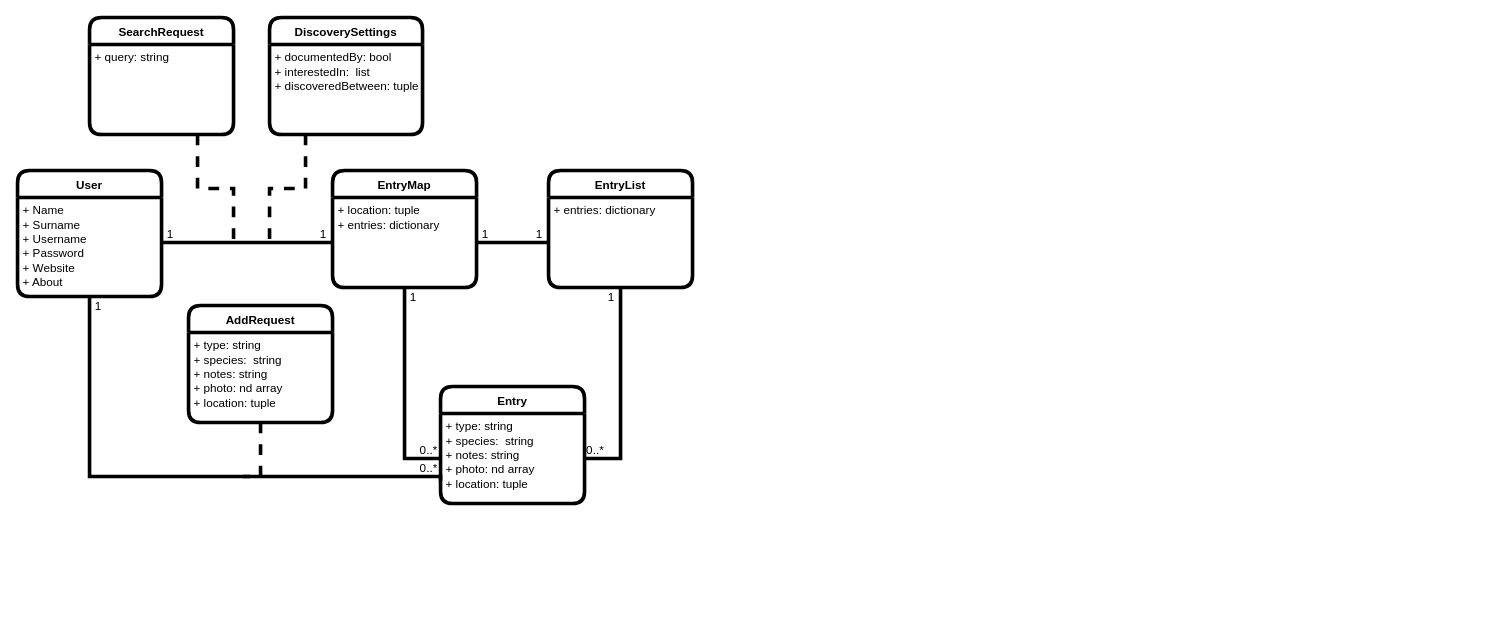
AlyShmahell/IonicBirdWatch keeps this draw.io diagram as page "Data" (18 of 22) of docs/WildWatch.drawio. Above is the earlier version. Source tidied: cells renumbered, new cells numbered last; positions are measured from the earlier drawing's top-left corner, leaving out a move shared by most shapes. Both pictures are drawn from the tidied source at 90%, with x=0, y=0 at pixel (17, 17).
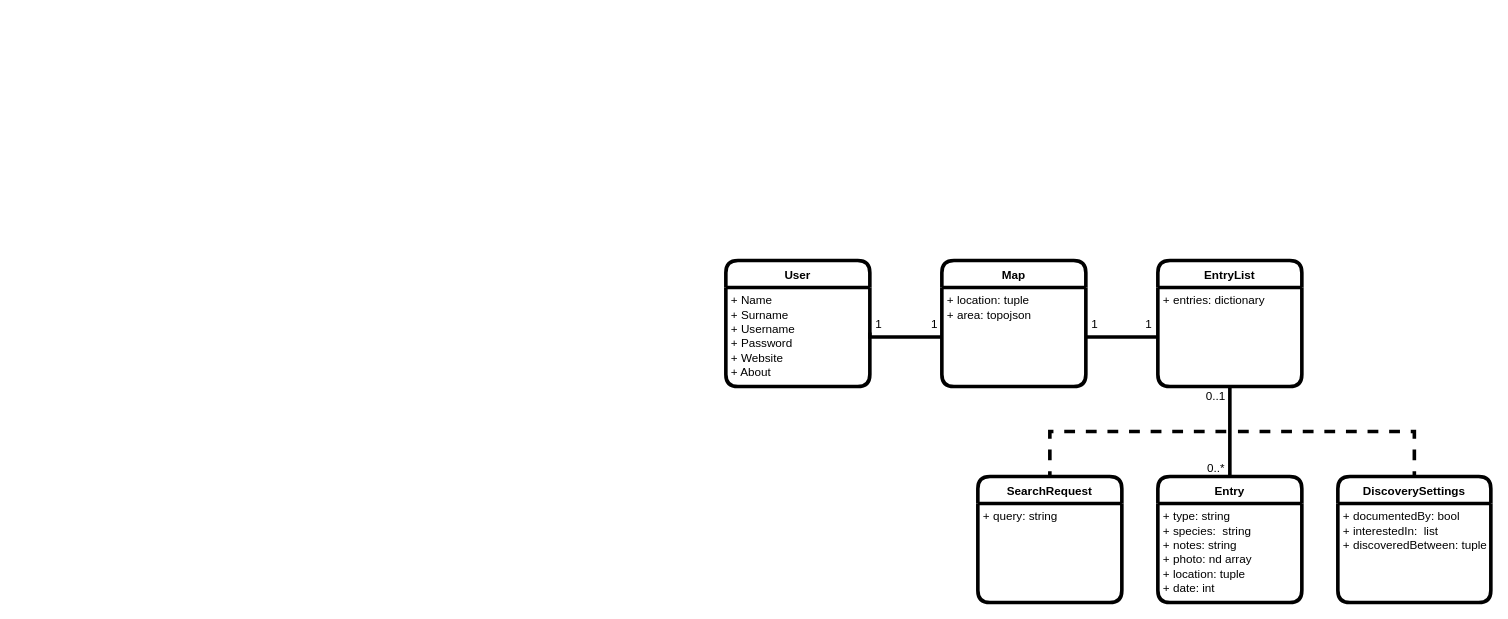
Above is the later version.

Unchanged cells that the change refers to:
```xml
<mxCell id="16" value="+ Name&#10;+ Surname&#10;+ Username&#10;+ Password&#10;+ Website&#10;+ About" style="align=left;strokeColor=none;fillColor=none;spacingLeft=4;fontSize=13;verticalAlign=top;" parent="15" vertex="1">
  <mxGeometry y="30" width="160" height="110" as="geometry" />
</mxCell>
```

Diff of the diagram source:
```diff
@@
-    <mxCell id="2" style="edgeStyle=orthogonalEdgeStyle;rounded=0;jettySize=auto;html=1;entryX=0;entryY=0.5;entryDx=0;entryDy=0;endArrow=none;endFill=0;strokeWidth=4;fontSize=13;" parent="1" edge="1" source="19" target="22">
-      <mxGeometry relative="1" as="geometry" />
-    </mxCell>
-    <mxCell id="3" style="edgeStyle=orthogonalEdgeStyle;rounded=0;jettySize=auto;html=1;entryX=0;entryY=0.5;entryDx=0;entryDy=0;endArrow=none;endFill=0;strokeWidth=4;fontSize=13;" parent="1" edge="1" source="20" target="18">
-      <mxGeometry relative="1" as="geometry" />
-    </mxCell>
     <mxCell id="4" value="1" style="text;html=1;strokeColor=none;fillColor=none;align=center;verticalAlign=middle;whiteSpace=wrap;rounded=0;strokeWidth=4;fontSize=13;" parent="1" vertex="1">
-      <mxGeometry x="510" y="230" width="20" height="20" as="geometry" />
+      <mxGeometry x="1187" y="330" width="20" height="20" as="geometry" />
     </mxCell>
     <mxCell id="5" value="1" style="text;html=1;strokeColor=none;fillColor=none;align=center;verticalAlign=middle;whiteSpace=wrap;rounded=0;strokeWidth=4;fontSize=13;" parent="1" vertex="1">
-      <mxGeometry x="570" y="230" width="20" height="20" as="geometry" />
+      <mxGeometry x="1247" y="330" width="20" height="20" as="geometry" />
     </mxCell>
-    <mxCell id="6" style="edgeStyle=orthogonalEdgeStyle;rounded=0;jettySize=auto;html=1;entryX=1;entryY=0.5;entryDx=0;entryDy=0;endArrow=none;endFill=0;strokeWidth=4;fontSize=13;" parent="1" edge="1" source="18" target="22">
+    <mxCell id="6" style="edgeStyle=orthogonalEdgeStyle;rounded=0;jettySize=auto;html=1;entryX=0.5;entryY=0;entryDx=0;entryDy=0;endArrow=none;endFill=0;strokeWidth=4;fontSize=13;" parent="1" edge="1" source="18" target="21">
       <mxGeometry relative="1" as="geometry" />
     </mxCell>
-    <mxCell id="7" value="1" style="text;html=1;strokeColor=none;fillColor=none;align=center;verticalAlign=middle;whiteSpace=wrap;rounded=0;strokeWidth=4;fontSize=13;" parent="1" vertex="1">
-      <mxGeometry x="430" y="300" width="20" height="20" as="geometry" />
-    </mxCell>
-    <mxCell id="8" value="1" style="text;html=1;strokeColor=none;fillColor=none;align=center;verticalAlign=middle;whiteSpace=wrap;rounded=0;strokeWidth=4;fontSize=13;" parent="1" vertex="1">
-      <mxGeometry x="650" y="300" width="20" height="20" as="geometry" />
+    <mxCell id="8" value="0..1" style="text;html=1;strokeColor=none;fillColor=none;align=center;verticalAlign=middle;whiteSpace=wrap;rounded=0;strokeWidth=4;fontSize=13;" parent="1" vertex="1">
+      <mxGeometry x="1319" y="410" width="25" height="20" as="geometry" />
     </mxCell>
     <mxCell id="9" value="0..*" style="text;html=1;strokeColor=none;fillColor=none;align=center;verticalAlign=middle;whiteSpace=wrap;rounded=0;strokeWidth=4;fontSize=13;" parent="1" vertex="1">
-      <mxGeometry x="632" y="470" width="20" height="20" as="geometry" />
+      <mxGeometry x="1317" y="490" width="30" height="20" as="geometry" />
     </mxCell>
-    <mxCell id="10" value="0..*" style="text;html=1;strokeColor=none;fillColor=none;align=center;verticalAlign=middle;whiteSpace=wrap;rounded=0;strokeWidth=4;fontSize=13;" parent="1" vertex="1">
-      <mxGeometry x="447" y="470" width="20" height="20" as="geometry" />
-    </mxCell>
-    <mxCell id="11" style="edgeStyle=orthogonalEdgeStyle;rounded=0;jettySize=auto;html=1;entryX=0;entryY=0.5;entryDx=0;entryDy=0;endArrow=none;endFill=0;strokeWidth=4;fontSize=13;" parent="1" edge="1" source="16" target="20">
-      <mxGeometry relative="1" as="geometry">
-        <Array as="points">
-          <mxPoint x="210" y="250" />
-          <mxPoint x="210" y="250" />
-        </Array>
-      </mxGeometry>
-    </mxCell>
     <mxCell id="12" value="1" style="text;html=1;strokeColor=none;fillColor=none;align=center;verticalAlign=middle;whiteSpace=wrap;rounded=0;strokeWidth=4;fontSize=13;" parent="1" vertex="1">
-      <mxGeometry x="160" y="230" width="20" height="20" as="geometry" />
+      <mxGeometry x="947" y="330" width="20" height="20" as="geometry" />
     </mxCell>
     <mxCell id="13" value="1" style="text;html=1;strokeColor=none;fillColor=none;align=center;verticalAlign=middle;whiteSpace=wrap;rounded=0;strokeWidth=4;fontSize=13;" parent="1" vertex="1">
-      <mxGeometry x="330" y="230" width="20" height="20" as="geometry" />
+      <mxGeometry x="1009" y="331" width="20" height="20" as="geometry" />
     </mxCell>
-    <mxCell id="14" style="edgeStyle=orthogonalEdgeStyle;rounded=0;jettySize=auto;html=1;entryX=0;entryY=0.75;entryDx=0;entryDy=0;endArrow=none;endFill=0;strokeWidth=4;fontSize=13;" parent="1" edge="1" source="16" target="22">
-      <mxGeometry relative="1" as="geometry">
-        <Array as="points">
-          <mxPoint x="80" y="510" />
-          <mxPoint x="470" y="510" />
-        </Array>
-      </mxGeometry>
-    </mxCell>
+    <mxCell id="34" style="edgeStyle=orthogonalEdgeStyle;rounded=0;jettySize=auto;html=1;entryX=0;entryY=1;entryDx=0;entryDy=0;startArrow=none;startFill=0;endArrow=none;endFill=0;strokeColor=#000000;strokeWidth=4;fontSize=13;" parent="1" edge="1" source="20" target="12">
+      <mxGeometry relative="1" as="geometry">
+        <Array as="points">
+          <mxPoint x="947" y="355" />
+        </Array>
+      </mxGeometry>
+    </mxCell>
+    <mxCell id="35" style="edgeStyle=orthogonalEdgeStyle;rounded=0;jettySize=auto;html=1;entryX=1;entryY=0.5;entryDx=0;entryDy=0;startArrow=none;startFill=0;endArrow=none;endFill=0;strokeColor=#000000;strokeWidth=4;fontSize=13;" parent="1" edge="1" source="18" target="20">
+      <mxGeometry relative="1" as="geometry" />
+    </mxCell>
+    <mxCell id="36" style="edgeStyle=orthogonalEdgeStyle;rounded=0;jettySize=auto;html=1;startArrow=none;startFill=0;endArrow=none;endFill=0;strokeColor=#000000;strokeWidth=4;fontSize=13;dashed=1;" parent="1" edge="1" source="26">
+      <mxGeometry relative="1" as="geometry">
+        <mxPoint x="1347" y="460" as="targetPoint" />
+        <Array as="points">
+          <mxPoint x="1447" y="460" />
+          <mxPoint x="1447" y="460" />
+        </Array>
+      </mxGeometry>
+    </mxCell>
+    <mxCell id="37" style="edgeStyle=orthogonalEdgeStyle;rounded=0;jettySize=auto;html=1;startArrow=none;startFill=0;endArrow=none;endFill=0;strokeColor=#000000;strokeWidth=4;fontSize=13;dashed=1;" parent="1" edge="1" source="24">
+      <mxGeometry relative="1" as="geometry">
+        <mxPoint x="1347" y="460" as="targetPoint" />
+        <Array as="points">
+          <mxPoint x="1257" y="460" />
+          <mxPoint x="1257" y="460" />
+        </Array>
+      </mxGeometry>
+    </mxCell>
     <mxCell id="15" value="User" style="swimlane;horizontal=1;startSize=30;rounded=1;fontSize=13;fontStyle=1;strokeWidth=4;shadow=0;dashed=0;align=center;" parent="1" vertex="1">
-      <mxGeometry y="170" width="160" height="140" as="geometry" />
+      <mxGeometry x="787" y="270" width="160" height="140" as="geometry" />
     </mxCell>
@@
+    <mxCell id="19" value="Map" style="swimlane;horizontal=1;startSize=30;rounded=1;fontSize=13;fontStyle=1;strokeWidth=4;shadow=0;dashed=0;align=center;" parent="1" vertex="1">
+      <mxGeometry x="1027" y="270" width="160" height="140" as="geometry" />
+    </mxCell>
+    <mxCell id="20" value="+ location: tuple&#10;+ area: topojson" style="align=left;strokeColor=none;fillColor=none;spacingLeft=4;fontSize=13;verticalAlign=top;" parent="19" vertex="1">
+      <mxGeometry y="30" width="160" height="110" as="geometry" />
+    </mxCell>
     <mxCell id="17" value="EntryList" style="swimlane;horizontal=1;startSize=30;rounded=1;fontSize=13;fontStyle=1;strokeWidth=4;shadow=0;dashed=0;align=center;" parent="1" vertex="1">
-      <mxGeometry x="590" y="170" width="160" height="130" as="geometry" />
+      <mxGeometry x="1267" y="270" width="160" height="140" as="geometry" />
     </mxCell>
     <mxCell id="18" value="+ entries: dictionary" style="align=left;strokeColor=none;fillColor=none;spacingLeft=4;fontSize=13;verticalAlign=top;" parent="17" vertex="1">
-      <mxGeometry y="30" width="160" height="100" as="geometry" />
+      <mxGeometry y="30" width="160" height="110" as="geometry" />
     </mxCell>
-    <mxCell id="19" value="EntryMap" style="swimlane;horizontal=1;startSize=30;rounded=1;fontSize=13;fontStyle=1;strokeWidth=4;shadow=0;dashed=0;align=center;" parent="1" vertex="1">
-      <mxGeometry x="350" y="170" width="160" height="130" as="geometry" />
-    </mxCell>
-    <mxCell id="20" value="+ location: tuple&#10;+ entries: dictionary" style="align=left;strokeColor=none;fillColor=none;spacingLeft=4;fontSize=13;verticalAlign=top;" parent="19" vertex="1">
-      <mxGeometry y="30" width="160" height="100" as="geometry" />
-    </mxCell>
     <mxCell id="21" value="Entry" style="swimlane;horizontal=1;startSize=30;rounded=1;fontSize=13;fontStyle=1;strokeWidth=4;shadow=0;dashed=0;align=center;" parent="1" vertex="1">
-      <mxGeometry x="470" y="410" width="160" height="130" as="geometry" />
+      <mxGeometry x="1267" y="510" width="160" height="140" as="geometry" />
     </mxCell>
-    <mxCell id="22" value="+ type: string&#10;+ species:  string&#10;+ notes: string&#10;+ photo: nd array&#10;+ location: tuple" style="align=left;strokeColor=none;fillColor=none;spacingLeft=4;fontSize=13;verticalAlign=top;" parent="21" vertex="1">
-      <mxGeometry y="30" width="160" height="100" as="geometry" />
+    <mxCell id="22" value="+ type: string&#10;+ species:  string&#10;+ notes: string&#10;+ photo: nd array&#10;+ location: tuple&#10;+ date: int" style="align=left;strokeColor=none;fillColor=none;spacingLeft=4;fontSize=13;verticalAlign=top;" parent="21" vertex="1">
+      <mxGeometry y="30" width="160" height="110" as="geometry" />
     </mxCell>
+    <mxCell id="25" value="DiscoverySettings" style="swimlane;horizontal=1;startSize=30;rounded=1;fontSize=13;fontStyle=1;strokeWidth=4;shadow=0;dashed=0;align=center;" parent="1" vertex="1">
+      <mxGeometry x="1467" y="510" width="170" height="140" as="geometry" />
+    </mxCell>
+    <mxCell id="26" value="+ documentedBy: bool&#10;+ interestedIn:  list&#10;+ discoveredBetween: tuple" style="align=left;strokeColor=none;fillColor=none;spacingLeft=4;fontSize=13;verticalAlign=top;" parent="25" vertex="1">
+      <mxGeometry y="30" width="170" height="110" as="geometry" />
+    </mxCell>
     <mxCell id="23" value="SearchRequest" style="swimlane;horizontal=1;startSize=30;rounded=1;fontSize=13;fontStyle=1;strokeWidth=4;shadow=0;dashed=0;align=center;" parent="1" vertex="1">
-      <mxGeometry x="80" width="160" height="130" as="geometry" />
+      <mxGeometry x="1067" y="510" width="160" height="140" as="geometry" />
     </mxCell>
     <mxCell id="24" value="+ query: string" style="align=left;strokeColor=none;fillColor=none;spacingLeft=4;fontSize=13;verticalAlign=top;" parent="23" vertex="1">
-      <mxGeometry y="30" width="160" height="100" as="geometry" />
+      <mxGeometry y="30" width="160" height="110" as="geometry" />
     </mxCell>
-    <mxCell id="25" value="DiscoverySettings" style="swimlane;horizontal=1;startSize=30;rounded=1;fontSize=13;fontStyle=1;strokeWidth=4;shadow=0;dashed=0;align=center;" parent="1" vertex="1">
-      <mxGeometry x="280" width="170" height="130" as="geometry" />
-    </mxCell>
-    <mxCell id="26" value="+ documentedBy: bool&#10;+ interestedIn:  list&#10;+ discoveredBetween: tuple" style="align=left;strokeColor=none;fillColor=none;spacingLeft=4;fontSize=13;verticalAlign=top;" parent="25" vertex="1">
-      <mxGeometry y="30" width="170" height="100" as="geometry" />
-    </mxCell>
-    <mxCell id="27" style="edgeStyle=orthogonalEdgeStyle;rounded=0;jettySize=auto;html=1;endArrow=none;endFill=0;dashed=1;strokeWidth=4;fontSize=13;" parent="1" edge="1" source="24">
-      <mxGeometry relative="1" as="geometry">
-        <mxPoint x="240" y="250" as="targetPoint" />
-        <Array as="points">
-          <mxPoint x="200" y="190" />
-          <mxPoint x="240" y="190" />
-        </Array>
-      </mxGeometry>
-    </mxCell>
-    <mxCell id="28" style="edgeStyle=orthogonalEdgeStyle;rounded=0;jettySize=auto;html=1;endArrow=none;endFill=0;dashed=1;strokeWidth=4;fontSize=13;" parent="1" edge="1" source="26">
-      <mxGeometry relative="1" as="geometry">
-        <mxPoint x="280" y="250" as="targetPoint" />
-        <Array as="points">
-          <mxPoint x="320" y="190" />
-          <mxPoint x="280" y="190" />
-        </Array>
-      </mxGeometry>
-    </mxCell>
-    <mxCell id="29" style="edgeStyle=orthogonalEdgeStyle;rounded=0;jettySize=auto;html=1;endArrow=none;endFill=0;dashed=1;strokeWidth=4;fontSize=13;" parent="1" edge="1" source="32">
-      <mxGeometry relative="1" as="geometry">
-        <mxPoint x="250" y="510" as="targetPoint" />
-        <Array as="points">
-          <mxPoint x="270" y="510" />
-        </Array>
-      </mxGeometry>
-    </mxCell>
-    <mxCell id="30" value="1" style="text;html=1;strokeColor=none;fillColor=none;align=center;verticalAlign=middle;whiteSpace=wrap;rounded=0;strokeWidth=4;fontSize=13;" parent="1" vertex="1">
-      <mxGeometry x="80" y="310" width="20" height="20" as="geometry" />
-    </mxCell>
-    <mxCell id="31" value="0..*" style="text;html=1;strokeColor=none;fillColor=none;align=center;verticalAlign=middle;whiteSpace=wrap;rounded=0;strokeWidth=4;fontSize=13;" parent="1" vertex="1">
-      <mxGeometry x="447" y="490" width="20" height="20" as="geometry" />
-    </mxCell>
-    <mxCell id="32" value="AddRequest" style="swimlane;horizontal=1;startSize=30;rounded=1;fontSize=13;fontStyle=1;strokeWidth=4;shadow=0;dashed=0;align=center;" parent="1" vertex="1">
-      <mxGeometry x="190" y="320" width="160" height="130" as="geometry" />
-    </mxCell>
-    <mxCell id="33" value="+ type: string&#10;+ species:  string&#10;+ notes: string&#10;+ photo: nd array&#10;+ location: tuple" style="align=left;strokeColor=none;fillColor=none;spacingLeft=4;fontSize=13;verticalAlign=top;" parent="32" vertex="1">
-      <mxGeometry y="30" width="160" height="100" as="geometry" />
-    </mxCell>
```
